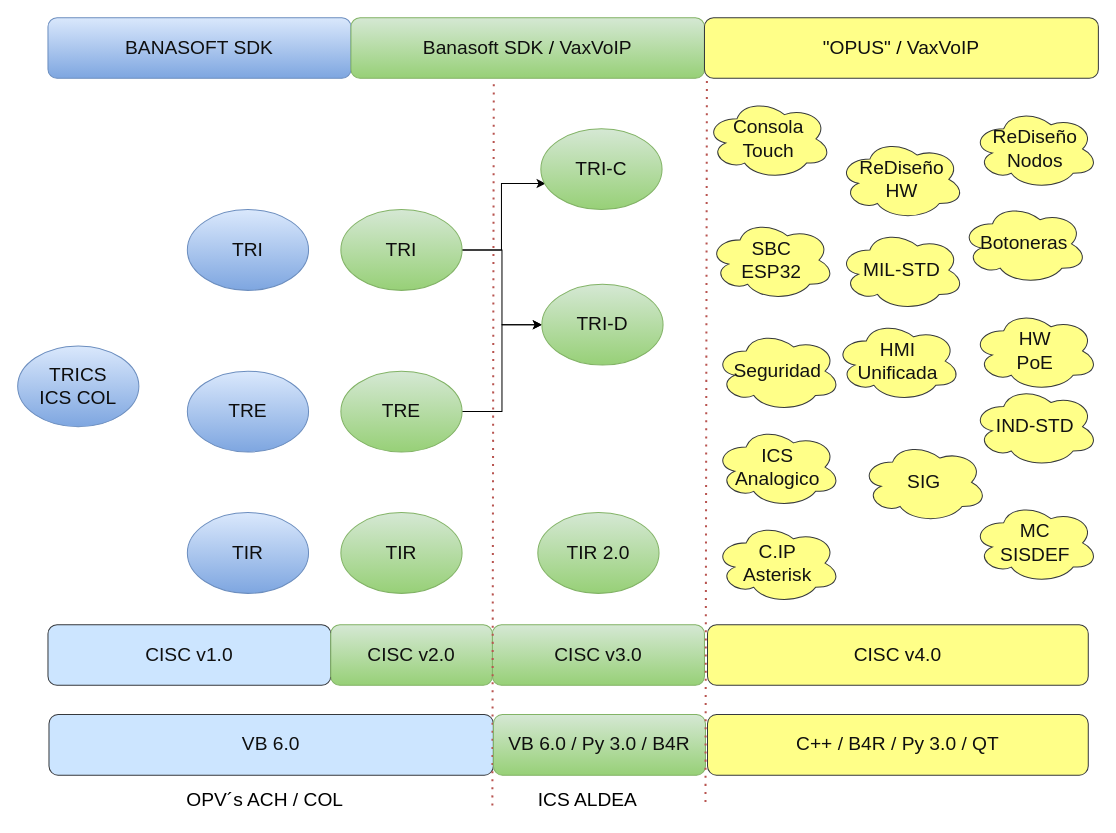
Above: page "ICS SW" (2 of 2) of 01_Diagramas/ICS Hermes.drawio in gubrath/PlanosyDiagramas (draw.io), before the change. Source tidied: cells renumbered, new cells numbered last; positions are measured from the earlier drawing's top-left corner, leaving out a move shared by most shapes. Both pictures are drawn from the tidied source at 101%, with x=0, y=0 at pixel (17, 17).
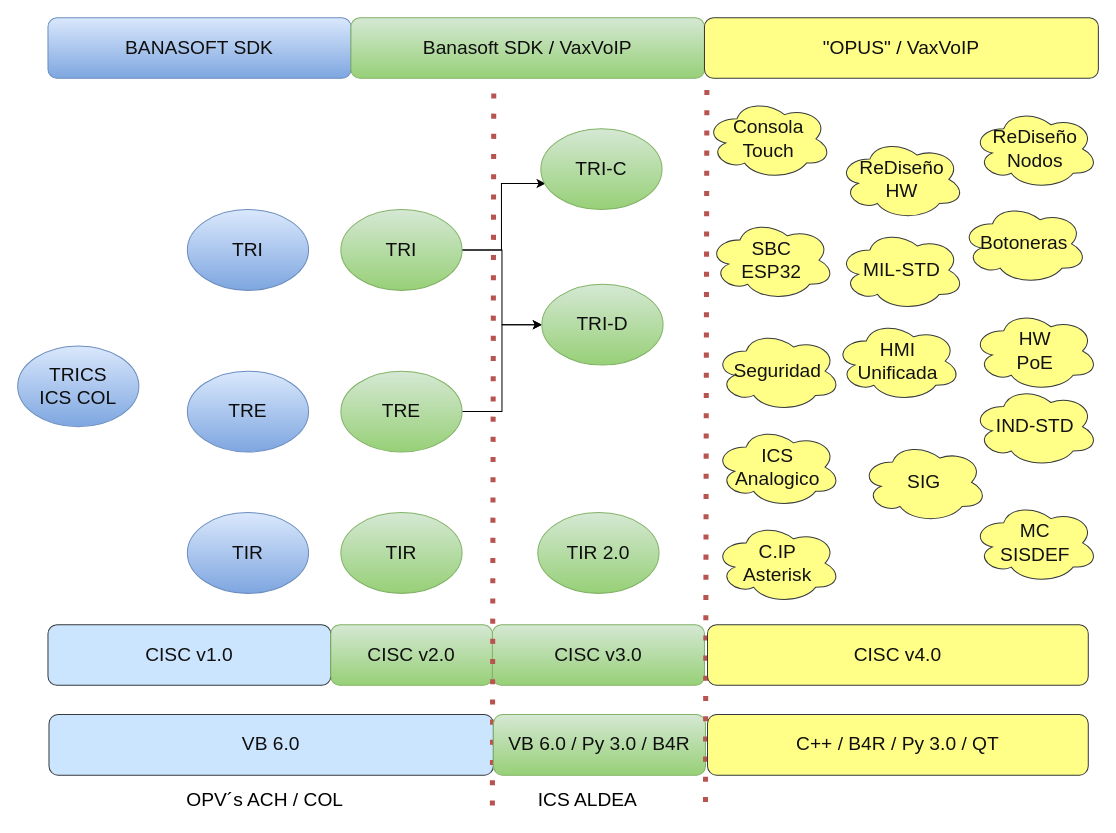
After the change.

The change refers to these unchanged cells:
```xml
<mxCell id="7" value="&lt;font color=&quot;#0F0F0F&quot;&gt;Banasoft SDK &lt;/font&gt;&lt;font color=&quot;#000000&quot;&gt;/&lt;/font&gt; &lt;font color=&quot;#0F0F0F&quot;&gt;VaxVoIP&lt;br&gt;&lt;/font&gt;" style="rounded=1;whiteSpace=wrap;html=1;labelBackgroundColor=none;strokeColor=#82b366;fontSize=19;fillColor=#d5e8d4;gradientColor=#97d077;" parent="1" vertex="1">
  <mxGeometry x="330" width="350" height="60" as="geometry" />
</mxCell>
```

What changed in the source:
```diff
@@
-    <mxCell id="22" style="endArrow=none;dashed=1;html=1;dashPattern=1 3;strokeWidth=2;rounded=0;fontSize=19;fontColor=#000000;fillColor=#f8cecc;gradientColor=#ea6b66;strokeColor=#b85450;entryX=0.404;entryY=1.056;entryDx=0;entryDy=0;entryPerimeter=0;" parent="1" edge="1" target="7">
+    <mxCell id="22" style="endArrow=none;dashed=1;html=1;dashPattern=1 3;strokeWidth=5;rounded=0;fontSize=19;fontColor=#000000;fillColor=#f8cecc;gradientColor=#ea6b66;strokeColor=#b85450;entryX=0.404;entryY=1.056;entryDx=0;entryDy=0;entryPerimeter=0;" parent="1" edge="1" target="7">
       <mxGeometry relative="1" as="geometry">
         <mxPoint x="470" y="780" as="sourcePoint" />
       </mxGeometry>
     </mxCell>
@@
-    <mxCell id="25" style="endArrow=none;dashed=1;html=1;dashPattern=1 3;strokeWidth=2;rounded=0;fontSize=19;fontColor=#000000;fillColor=#f8cecc;gradientColor=#ea6b66;strokeColor=#b85450;entryX=0.404;entryY=1.056;entryDx=0;entryDy=0;entryPerimeter=0;" parent="1" edge="1">
+    <mxCell id="25" style="endArrow=none;dashed=1;html=1;dashPattern=1 3;strokeWidth=5;rounded=0;fontSize=19;fontColor=#000000;fillColor=#f8cecc;gradientColor=#ea6b66;strokeColor=#b85450;entryX=0.404;entryY=1.056;entryDx=0;entryDy=0;entryPerimeter=0;" parent="1" edge="1">
       <mxGeometry relative="1" as="geometry">
         <mxPoint x="681" y="776.6" as="sourcePoint" />
         <mxPoint x="682.4" y="60" as="targetPoint" />
       </mxGeometry>
     </mxCell>
```
